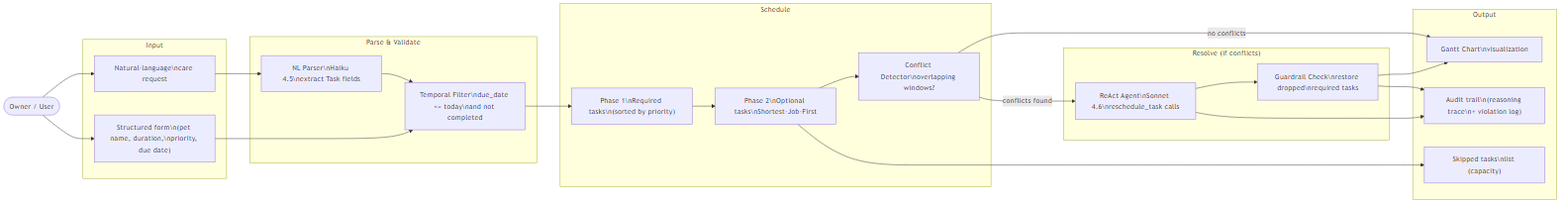
Earlier version of the Mermaid export assets/diagram2_dataflow.png (citselva/agentic-pawpal-optimizer). Its source is kept beside it as assets/diagram2_dataflow.mmd. Source of this version:
```mermaid
flowchart LR
    U(["Owner / User"])

    subgraph INPUT["Input"]
        NL["Natural-language\ncare request"]
        FORM["Structured form\n(pet name, duration,\npriority, due date)"]
    end

    subgraph PARSE["Parse & Validate"]
        HAIKU["NL Parser\nHaiku 4.5\nextract Task fields"]
        FILTER["Temporal Filter\ndue_date <= today\nand not completed"]
    end

    subgraph SCHEDULE["Schedule"]
        P1["Phase 1\nRequired tasks\n(sorted by priority)"]
        P2["Phase 2\nOptional tasks\nShortest-Job-First"]
        CD["Conflict Detector\noverlapping windows?"]
    end

    subgraph RESOLVE["Resolve (if conflicts)"]
        SONNET["ReAct Agent\nSonnet 4.6\nreschedule_task calls"]
        GRD["Guardrail Check\nrestore dropped\nrequired tasks"]
    end

    subgraph OUTPUT["Output"]
        GANT["Gantt Chart\nvisualization"]
        SKIP["Skipped tasks\nlist (capacity)"]
        LOG["Audit trail\n(reasoning trace\n+ violation log)"]
    end

    U --> NL & FORM
    NL --> HAIKU --> FILTER
    FORM --> FILTER
    FILTER --> P1 --> P2 --> CD
    CD -->|"no conflicts"| GANT
    CD -->|"conflicts found"| SONNET --> GRD --> GANT
    GRD --> LOG
    P2 --> SKIP
    SONNET --> LOG
```
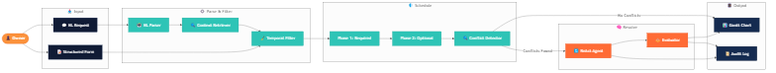
The same diagram one commit later.

The edit, as a diff of the source:
```diff
@@ -1,39 +1,49 @@
 flowchart LR
-    U(["Owner / User"])
+    classDef user      fill:#FB923C,stroke:#EA580C,color:#FFFFFF,font-weight:bold
+    classDef input     fill:#101B35,stroke:#1A2E55,color:#FFFFFF
+    classDef logic     fill:#2EC4B6,stroke:#1EA89B,color:#FFFFFF
+    classDef agent     fill:#FF6B35,stroke:#E8531E,color:#FFFFFF
+    classDef output    fill:#152B50,stroke:#101B35,color:#FFFFFF
 
-    subgraph INPUT["Input"]
-        NL["Natural-language\ncare request"]
-        FORM["Structured form\n(pet name, duration,\npriority, due date)"]
+    U(["👤 Owner"])
+
+    subgraph INPUT["📥 Input"]
+        NL["💬 NL Request"]
+        FORM["📝 Structured Form"]
     end
 
-    subgraph PARSE["Parse & Validate"]
-        HAIKU["NL Parser\nHaiku 4.5\nextract Task fields"]
-        FILTER["Temporal Filter\ndue_date <= today\nand not completed"]
+    subgraph PARSE["⚙️ Parse & Filter"]
+        HAIKU["🤖 NL Parser"]
+        FILTER["🧹 Temporal Filter"]
+        RETR["🔍 Context Retriever"]
     end
 
-    subgraph SCHEDULE["Schedule"]
-        P1["Phase 1\nRequired tasks\n(sorted by priority)"]
-        P2["Phase 2\nOptional tasks\nShortest-Job-First"]
-        CD["Conflict Detector\noverlapping windows?"]
+    subgraph SCHEDULE["🛡️ Schedule"]
+        P1["Phase 1: Required"]
+        P2["Phase 2: Optional"]
+        CD["🔍 Conflict Detector"]
     end
 
-    subgraph RESOLVE["Resolve (if conflicts)"]
-        SONNET["ReAct Agent\nSonnet 4.6\nreschedule_task calls"]
-        GRD["Guardrail Check\nrestore dropped\nrequired tasks"]
+    subgraph RESOLVE["🧠 Resolve"]
+        SONNET["🔄 ReAct Agent"]
+        EVAL["⚖️ Evaluator"]
     end
 
-    subgraph OUTPUT["Output"]
-        GANT["Gantt Chart\nvisualization"]
-        SKIP["Skipped tasks\nlist (capacity)"]
-        LOG["Audit trail\n(reasoning trace\n+ violation log)"]
+    subgraph OUTPUT["📱 Output"]
+        GANT["📊 Gantt Chart"]
+        LOG["📜 Audit Log"]
     end
 
+    class U user
+    class NL,FORM input
+    class HAIKU,FILTER,RETR,P1,P2,CD logic
+    class SONNET,EVAL agent
+    class GANT,LOG output
+
     U --> NL & FORM
-    NL --> HAIKU --> FILTER
+    NL --> HAIKU --> RETR --> FILTER
     FORM --> FILTER
     FILTER --> P1 --> P2 --> CD
-    CD -->|"no conflicts"| GANT
-    CD -->|"conflicts found"| SONNET --> GRD --> GANT
-    GRD --> LOG
-    P2 --> SKIP
-    SONNET --> LOG
+    CD -->|"No Conflicts"| GANT
+    CD -->|"Conflicts Found"| SONNET --> EVAL --> GANT
+    EVAL & SONNET --> LOG
```
